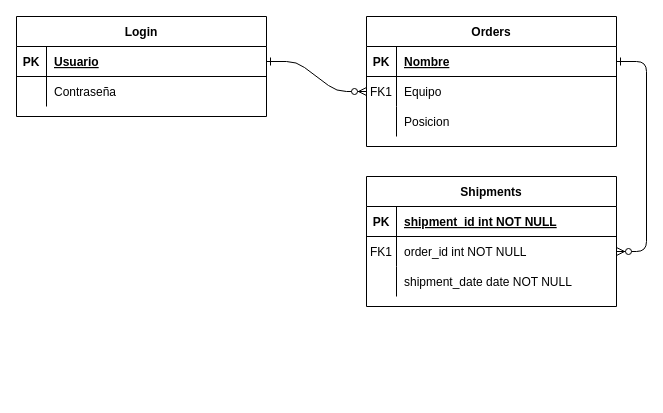
Above: Diagrama sin título.drawio in NayelNM/Despliegue-de-Alpicaion-Webb (draw.io), before the change. Source tidied: cells renumbered, new cells numbered last; positions are measured from the earlier drawing's top-left corner, leaving out a move shared by most shapes. Both pictures are drawn from the tidied source at 100%, with x=0, y=0 at pixel (16, 16).
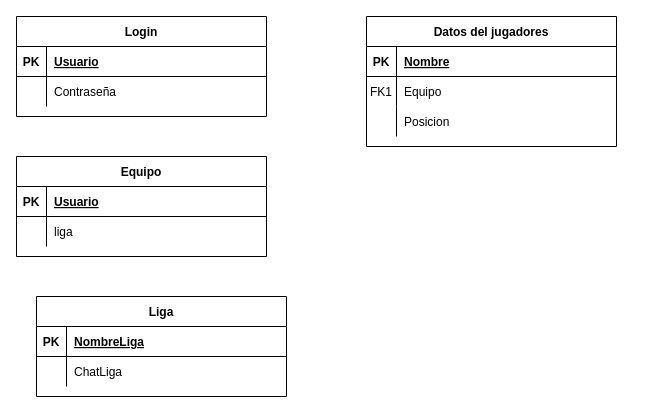
The same page after the edit.

Commit message:
Diagama Gastor de futbol

The change refers to these unchanged cells:
```xml
<mxCell id="5" style="shape=partialRectangle;fillColor=none;points=[[0,0.5],[1,0.5]];portConstraint=eastwest;top=0;left=0;right=0;bottom=1;" parent="4" vertex="1">
  <mxGeometry y="30" width="250" height="30" as="geometry" />
</mxCell>
<mxCell id="8" style="shape=partialRectangle;fillColor=none;points=[[0,0.5],[1,0.5]];portConstraint=eastwest;top=0;left=0;right=0;bottom=0;" parent="4" vertex="1">
  <mxGeometry y="60" width="250" height="30" as="geometry" />
</mxCell>
<mxCell id="25" style="shape=partialRectangle;fillColor=none;points=[[0,0.5],[1,0.5]];portConstraint=eastwest;top=0;left=0;right=0;bottom=1;" parent="24" vertex="1">
  <mxGeometry y="30" width="250" height="30" as="geometry" />
</mxCell>
```

What changed in the source:
```diff
@@
-    <mxCell id="2" style="edgeStyle=entityRelationEdgeStyle;endArrow=ERzeroToMany;startArrow=ERone;endFill=1;startFill=0;" parent="1" edge="1" source="25" target="8">
-      <mxGeometry relative="1" as="geometry" />
-    </mxCell>
-    <mxCell id="3" style="edgeStyle=entityRelationEdgeStyle;endArrow=ERzeroToMany;startArrow=ERone;endFill=1;startFill=0;" parent="1" edge="1" source="5" target="18">
-      <mxGeometry relative="1" as="geometry" />
-    </mxCell>
-    <mxCell id="4" value="Orders" style="shape=table;startSize=30;childLayout=tableLayout;rowLines=0;fontStyle=1;align=center;" parent="1" vertex="1">
+    <mxCell id="4" value="Datos del jugadores" style="shape=table;startSize=30;childLayout=tableLayout;rowLines=0;fontStyle=1;align=center;" parent="1" vertex="1">
       <mxGeometry x="350" width="250" height="130" as="geometry" />
     </mxCell>
@@
-    <mxCell id="14" value="Shipments" style="shape=table;startSize=30;childLayout=tableLayout;rowLines=0;fontStyle=1;align=center;" parent="1" vertex="1">
-      <mxGeometry x="350" y="160" width="250" height="130" as="geometry" />
-    </mxCell>
-    <mxCell id="15" style="shape=partialRectangle;fillColor=none;top=0;left=0;right=0;bottom=1;" parent="14" vertex="1">
-      <mxGeometry y="30" width="250" height="30" as="geometry" />
-    </mxCell>
-    <mxCell id="16" value="PK" style="shape=partialRectangle;overflow=hidden;fillColor=none;top=0;left=0;bottom=0;right=0;fontStyle=1;" parent="15" vertex="1">
-      <mxGeometry width="30" height="30" as="geometry" />
-    </mxCell>
-    <mxCell id="17" value="shipment_id int NOT NULL " style="shape=partialRectangle;overflow=hidden;fillColor=none;top=0;left=0;bottom=0;right=0;align=left;spacingLeft=6;fontStyle=5;" parent="15" vertex="1">
-      <mxGeometry x="30" width="220" height="30" as="geometry" />
-    </mxCell>
-    <mxCell id="18" style="shape=partialRectangle;fillColor=none;points=[[0,0.5],[1,0.5]];portConstraint=eastwest;top=0;left=0;right=0;bottom=0;" parent="14" vertex="1">
-      <mxGeometry y="60" width="250" height="30" as="geometry" />
-    </mxCell>
-    <mxCell id="19" value="FK1" style="shape=partialRectangle;overflow=hidden;fillColor=none;top=0;left=0;bottom=0;right=0;" parent="18" vertex="1">
-      <mxGeometry width="30" height="30" as="geometry" />
-    </mxCell>
-    <mxCell id="20" value="order_id int NOT NULL" style="shape=partialRectangle;overflow=hidden;fillColor=none;top=0;left=0;bottom=0;right=0;align=left;spacingLeft=6;" parent="18" vertex="1">
-      <mxGeometry x="30" width="220" height="30" as="geometry" />
-    </mxCell>
-    <mxCell id="21" style="shape=partialRectangle;fillColor=none;top=0;left=0;right=0;bottom=0;" parent="14" vertex="1">
-      <mxGeometry y="90" width="250" height="30" as="geometry" />
-    </mxCell>
-    <mxCell id="22" style="shape=partialRectangle;overflow=hidden;fillColor=none;top=0;left=0;bottom=0;right=0;" parent="21" vertex="1">
-      <mxGeometry width="30" height="30" as="geometry" />
-    </mxCell>
-    <mxCell id="23" value="shipment_date date NOT NULL" style="shape=partialRectangle;overflow=hidden;fillColor=none;top=0;left=0;bottom=0;right=0;align=left;spacingLeft=6;" parent="21" vertex="1">
-      <mxGeometry x="30" width="220" height="30" as="geometry" />
-    </mxCell>
@@
+    <mxCell id="31" value="Equipo" style="shape=table;startSize=30;childLayout=tableLayout;rowLines=0;fontStyle=1;align=center;" parent="1" vertex="1">
+      <mxGeometry y="140" width="250" height="100" as="geometry" />
+    </mxCell>
+    <mxCell id="32" style="shape=partialRectangle;fillColor=none;top=0;left=0;right=0;bottom=1;" parent="31" vertex="1">
+      <mxGeometry y="30" width="250" height="30" as="geometry" />
+    </mxCell>
+    <mxCell id="33" value="PK" style="shape=partialRectangle;overflow=hidden;fillColor=none;top=0;left=0;bottom=0;right=0;fontStyle=1;" parent="32" vertex="1">
+      <mxGeometry width="30" height="30" as="geometry" />
+    </mxCell>
+    <mxCell id="34" value="Usuario" style="shape=partialRectangle;overflow=hidden;fillColor=none;top=0;left=0;bottom=0;right=0;align=left;spacingLeft=6;fontStyle=5;" parent="32" vertex="1">
+      <mxGeometry x="30" width="220" height="30" as="geometry" />
+    </mxCell>
+    <mxCell id="35" style="shape=partialRectangle;fillColor=none;top=0;left=0;right=0;bottom=0;" parent="31" vertex="1">
+      <mxGeometry y="60" width="250" height="30" as="geometry" />
+    </mxCell>
+    <mxCell id="36" style="shape=partialRectangle;overflow=hidden;fillColor=none;top=0;left=0;bottom=0;right=0;" parent="35" vertex="1">
+      <mxGeometry width="30" height="30" as="geometry" />
+    </mxCell>
+    <mxCell id="37" value="liga" style="shape=partialRectangle;overflow=hidden;fillColor=none;top=0;left=0;bottom=0;right=0;align=left;spacingLeft=6;" parent="35" vertex="1">
+      <mxGeometry x="30" width="220" height="30" as="geometry" />
+    </mxCell>
+    <mxCell id="38" value="Liga" style="shape=table;startSize=30;childLayout=tableLayout;rowLines=0;fontStyle=1;align=center;" parent="1" vertex="1">
+      <mxGeometry x="20" y="280" width="250" height="100" as="geometry" />
+    </mxCell>
+    <mxCell id="39" style="shape=partialRectangle;fillColor=none;top=0;left=0;right=0;bottom=1;" parent="38" vertex="1">
+      <mxGeometry y="30" width="250" height="30" as="geometry" />
+    </mxCell>
+    <mxCell id="40" value="PK" style="shape=partialRectangle;overflow=hidden;fillColor=none;top=0;left=0;bottom=0;right=0;fontStyle=1;" parent="39" vertex="1">
+      <mxGeometry width="30" height="30" as="geometry" />
+    </mxCell>
+    <mxCell id="41" value="NombreLiga" style="shape=partialRectangle;overflow=hidden;fillColor=none;top=0;left=0;bottom=0;right=0;align=left;spacingLeft=6;fontStyle=5;" parent="39" vertex="1">
+      <mxGeometry x="30" width="220" height="30" as="geometry" />
+    </mxCell>
+    <mxCell id="42" style="shape=partialRectangle;fillColor=none;top=0;left=0;right=0;bottom=0;" parent="38" vertex="1">
+      <mxGeometry y="60" width="250" height="30" as="geometry" />
+    </mxCell>
+    <mxCell id="43" style="shape=partialRectangle;overflow=hidden;fillColor=none;top=0;left=0;bottom=0;right=0;" parent="42" vertex="1">
+      <mxGeometry width="30" height="30" as="geometry" />
+    </mxCell>
+    <mxCell id="44" value="ChatLiga" style="shape=partialRectangle;overflow=hidden;fillColor=none;top=0;left=0;bottom=0;right=0;align=left;spacingLeft=6;" parent="42" vertex="1">
+      <mxGeometry x="30" width="220" height="30" as="geometry" />
+    </mxCell>
```
